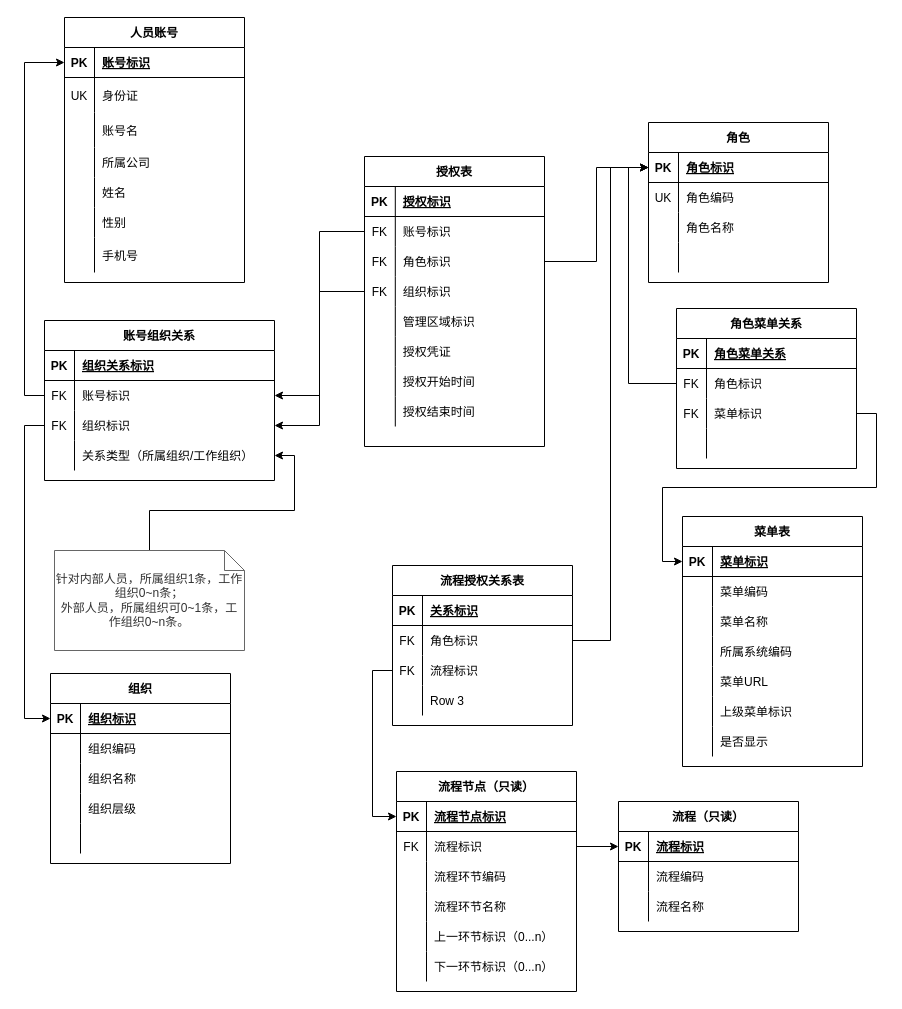
Earlier version of the draw.io diagram page "授权设计-当前" (1 of 7) of 4A基本数模型.drawio (158698706/tt4a). Source tidied: cells renumbered, new cells numbered last; positions are measured from the earlier drawing's top-left corner, leaving out a move shared by most shapes. Both pictures are drawn from the tidied source at 100%, with x=0, y=0 at pixel (44, 17).
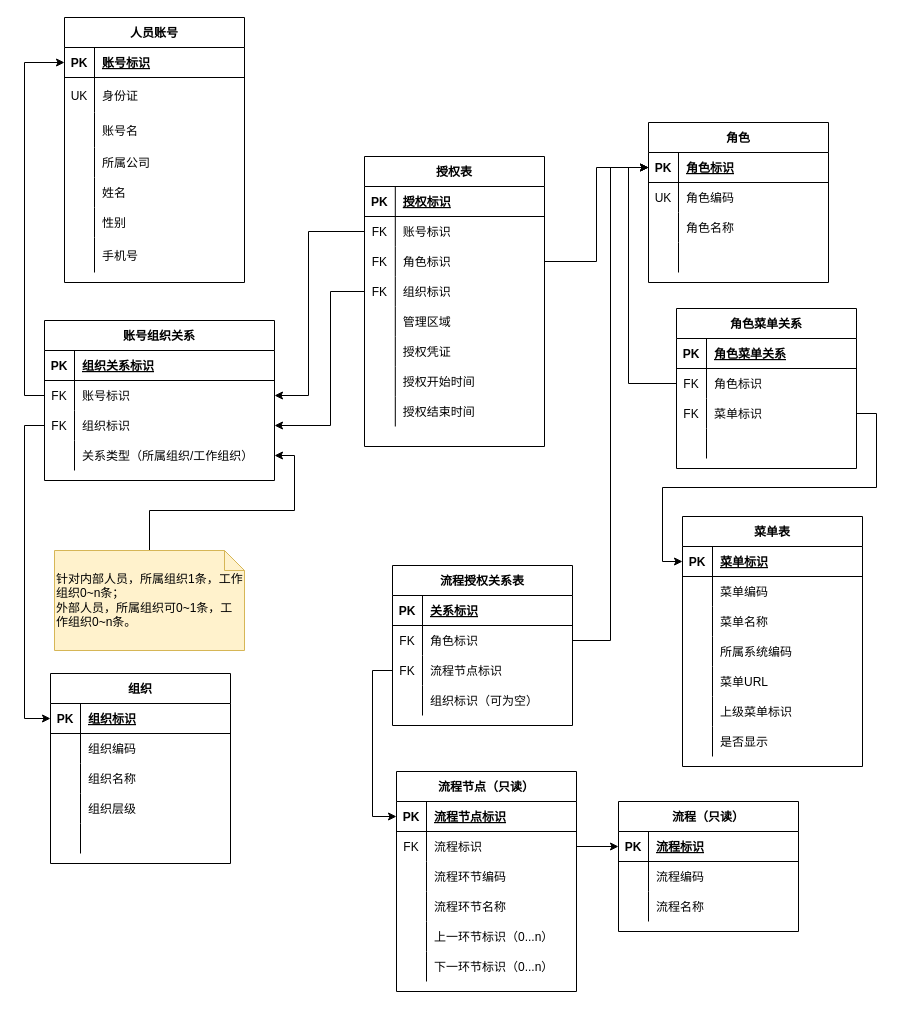
The same page after the edit.

The change refers to these unchanged cells:
```xml
<mxCell id="41" style="shape=tableRow;horizontal=0;startSize=0;swimlaneHead=0;swimlaneBody=0;fillColor=none;points=[[0,0.5],[1,0.5]];portConstraint=eastwest;top=0;left=0;right=0;bottom=0;" parent="37" vertex="1">
  <mxGeometry y="60" width="180" height="30" as="geometry" />
</mxCell>
<mxCell id="47" style="shape=tableRow;horizontal=0;startSize=0;swimlaneHead=0;swimlaneBody=0;fillColor=none;points=[[0,0.5],[1,0.5]];portConstraint=eastwest;top=0;left=0;right=0;bottom=0;" parent="37" vertex="1">
  <mxGeometry y="120" width="180" height="30" as="geometry" />
</mxCell>
<mxCell id="50" style="shape=tableRow;horizontal=0;startSize=0;swimlaneHead=0;swimlaneBody=0;fillColor=none;top=0;left=0;right=0;bottom=0;" parent="37" vertex="1">
  <mxGeometry y="150" width="180" height="30" as="geometry" />
</mxCell>
<mxCell id="126" style="shape=tableRow;horizontal=0;startSize=0;swimlaneHead=0;swimlaneBody=0;fillColor=none;points=[[0,0.5],[1,0.5]];portConstraint=eastwest;top=0;left=0;right=0;bottom=0;" parent="119" vertex="1">
  <mxGeometry y="90" width="180" height="30" as="geometry" />
</mxCell>
<mxCell id="129" style="shape=tableRow;horizontal=0;startSize=0;swimlaneHead=0;swimlaneBody=0;fillColor=none;top=0;left=0;right=0;bottom=0;" parent="119" vertex="1">
  <mxGeometry y="120" width="180" height="30" as="geometry" />
</mxCell>
<mxCell id="154" style="shape=tableRow;horizontal=0;startSize=0;swimlaneHead=0;swimlaneBody=0;fillColor=none;points=[[0,0.5],[1,0.5]];portConstraint=eastwest;top=0;left=0;right=0;bottom=0;" parent="150" vertex="1">
  <mxGeometry y="60" width="230" height="30" as="geometry" />
</mxCell>
<mxCell id="157" style="shape=tableRow;horizontal=0;startSize=0;swimlaneHead=0;swimlaneBody=0;fillColor=none;points=[[0,0.5],[1,0.5]];portConstraint=eastwest;top=0;left=0;right=0;bottom=0;" parent="150" vertex="1">
  <mxGeometry y="90" width="230" height="30" as="geometry" />
</mxCell>
```

The edit, as a diff of the source:
```diff
@@
-    <mxCell id="52" value="管理区域标识" style="shape=partialRectangle;fillColor=none;top=0;left=0;bottom=0;right=0;align=left;spacingLeft=6;overflow=hidden;" parent="50" vertex="1">
+    <mxCell id="52" value="管理区域" style="shape=partialRectangle;fillColor=none;top=0;left=0;bottom=0;right=0;align=left;spacingLeft=6;overflow=hidden;" parent="50" vertex="1">
       <mxGeometry x="30.8" width="149.2" height="30" as="geometry" />
     </mxCell>
@@
-    <mxCell id="128" value="流程标识" style="shape=partialRectangle;fillColor=none;top=0;left=0;bottom=0;right=0;align=left;spacingLeft=6;overflow=hidden;" parent="126" vertex="1">
+    <mxCell id="128" value="流程节点标识" style="shape=partialRectangle;fillColor=none;top=0;left=0;bottom=0;right=0;align=left;spacingLeft=6;overflow=hidden;" parent="126" vertex="1">
       <mxGeometry x="30" width="150" height="30" as="geometry" />
     </mxCell>
@@
-    <mxCell id="131" value="Row 3" style="shape=partialRectangle;fillColor=none;top=0;left=0;bottom=0;right=0;align=left;spacingLeft=6;overflow=hidden;" parent="129" vertex="1">
+    <mxCell id="131" value="组织标识（可为空）" style="shape=partialRectangle;fillColor=none;top=0;left=0;bottom=0;right=0;align=left;spacingLeft=6;overflow=hidden;" parent="129" vertex="1">
       <mxGeometry x="30" width="150" height="30" as="geometry" />
     </mxCell>
@@
-    <mxCell id="165" value="针对内部人员，所属组织1条，工作组织0~n条；&lt;br&gt;外部人员，所属组织可0~1条，工作组织0~n条。" style="shape=note;size=20;whiteSpace=wrap;html=1;fillColor=default;fontColor=#333333;strokeColor=#666666;" parent="1" vertex="1">
+    <mxCell id="165" value="针对内部人员，所属组织1条，工作组织0~n条；&lt;br&gt;外部人员，所属组织可0~1条，工作组织0~n条。" style="shape=note;size=20;whiteSpace=wrap;html=1;fillColor=#fff2cc;strokeColor=#d6b656;align=left;" parent="1" vertex="1">
       <mxGeometry x="10" y="533" width="190" height="100" as="geometry" />
     </mxCell>
     <mxCell id="166" style="edgeStyle=orthogonalEdgeStyle;rounded=0;jettySize=auto;html=1;" parent="1" edge="1" source="41" target="154">
-      <mxGeometry relative="1" as="geometry" />
+      <mxGeometry relative="1" as="geometry">
+        <Array as="points">
+          <mxPoint x="264" y="214" />
+          <mxPoint x="264" y="378" />
+        </Array>
+      </mxGeometry>
     </mxCell>
     <mxCell id="167" style="edgeStyle=orthogonalEdgeStyle;rounded=0;jettySize=auto;html=1;" parent="1" edge="1" source="47" target="157">
-      <mxGeometry relative="1" as="geometry" />
+      <mxGeometry relative="1" as="geometry">
+        <Array as="points">
+          <mxPoint x="286" y="274" />
+          <mxPoint x="286" y="408" />
+        </Array>
+      </mxGeometry>
     </mxCell>
```
